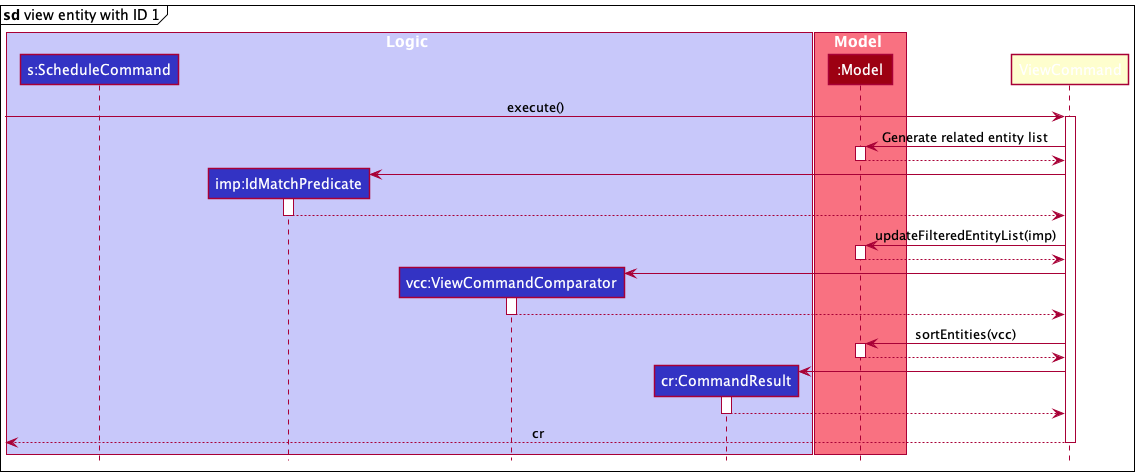
nus-cs2103-AY2021S2/tp keeps this PlantUML diagram as docs/images/ScheduleSequenceDiagramSpecific.png. Above is the earlier version. Source of this version:
```plantuml
@startuml
!include style.puml

box Logic LOGIC_COLOR_T1
participant "s:ScheduleCommand" as Schedule LOGIC_COLOR
participant "imp:IdMatchPredicate" as IdMatchPredicate LOGIC_COLOR
participant "vcc:ViewCommandComparator" as ViewCommandComparator LOGIC_COLOR
participant "cr:CommandResult" as CommandResult LOGIC_COLOR
end box

box Model MODEL_COLOR_T1
participant ":Model" as Model MODEL_COLOR
end box

mainframe **sd** view entity with ID 1

[-> ViewCommand : execute()

activate ViewCommand

ViewCommand -> Model : Generate related entity list
activate Model
Model --> ViewCommand
deactivate Model

create IdMatchPredicate
ViewCommand -> IdMatchPredicate
activate IdMatchPredicate
IdMatchPredicate --> ViewCommand
deactivate IdMatchPredicate

ViewCommand -> Model : updateFilteredEntityList(imp)
activate Model
Model --> ViewCommand
deactivate Model

create ViewCommandComparator
ViewCommand -> ViewCommandComparator
activate ViewCommandComparator
ViewCommandComparator --> ViewCommand
deactivate ViewCommandComparator

ViewCommand -> Model : sortEntities(vcc)
activate Model
Model --> ViewCommand
deactivate Model

create CommandResult
ViewCommand -> CommandResult
activate CommandResult
CommandResult --> ViewCommand
deactivate CommandResult

[<-- ViewCommand : cr
deactivate ViewCommand
@enduml
```
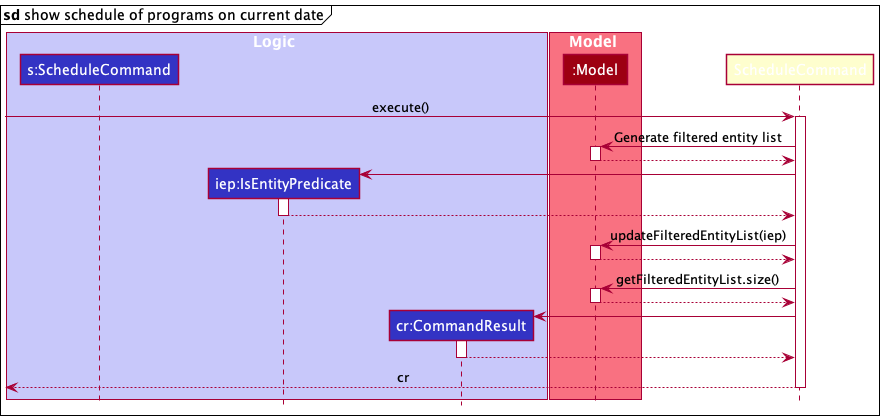
Later version of the same file.

What changed in the source:
```diff
@@ -3,8 +3,7 @@
 
 box Logic LOGIC_COLOR_T1
 participant "s:ScheduleCommand" as Schedule LOGIC_COLOR
-participant "imp:IdMatchPredicate" as IdMatchPredicate LOGIC_COLOR
-participant "vcc:ViewCommandComparator" as ViewCommandComparator LOGIC_COLOR
+participant "iep:IsEntityPredicate" as IsEntityPredicate LOGIC_COLOR
 participant "cr:CommandResult" as CommandResult LOGIC_COLOR
 end box
 
@@ -12,45 +11,39 @@
 participant ":Model" as Model MODEL_COLOR
 end box
 
-mainframe **sd** view entity with ID 1
+mainframe **sd** show schedule of programs on current date
 
-[-> ViewCommand : execute()
+[-> ScheduleCommand : execute()
 
-activate ViewCommand
+activate ScheduleCommand
 
-ViewCommand -> Model : Generate related entity list
+ScheduleCommand -> Model : Generate filtered entity list
 activate Model
-Model --> ViewCommand
+Model --> ScheduleCommand
 deactivate Model
 
-create IdMatchPredicate
-ViewCommand -> IdMatchPredicate
-activate IdMatchPredicate
-IdMatchPredicate --> ViewCommand
-deactivate IdMatchPredicate
+create IsEntityPredicate
+ScheduleCommand -> IsEntityPredicate
+activate IsEntityPredicate
+IsEntityPredicate --> ScheduleCommand
+deactivate IsEntityPredicate
 
-ViewCommand -> Model : updateFilteredEntityList(imp)
+ScheduleCommand -> Model : updateFilteredEntityList(iep)
 activate Model
-Model --> ViewCommand
+Model --> ScheduleCommand
 deactivate Model
 
-create ViewCommandComparator
-ViewCommand -> ViewCommandComparator
-activate ViewCommandComparator
-ViewCommandComparator --> ViewCommand
-deactivate ViewCommandComparator
-
-ViewCommand -> Model : sortEntities(vcc)
+ScheduleCommand -> Model : getFilteredEntityList.size()
 activate Model
-Model --> ViewCommand
+Model --> ScheduleCommand
 deactivate Model
 
 create CommandResult
-ViewCommand -> CommandResult
+ScheduleCommand -> CommandResult
 activate CommandResult
-CommandResult --> ViewCommand
+CommandResult --> ScheduleCommand
 deactivate CommandResult
 
-[<-- ViewCommand : cr
-deactivate ViewCommand
+[<-- ScheduleCommand : cr
+deactivate ScheduleCommand
 @enduml
```
